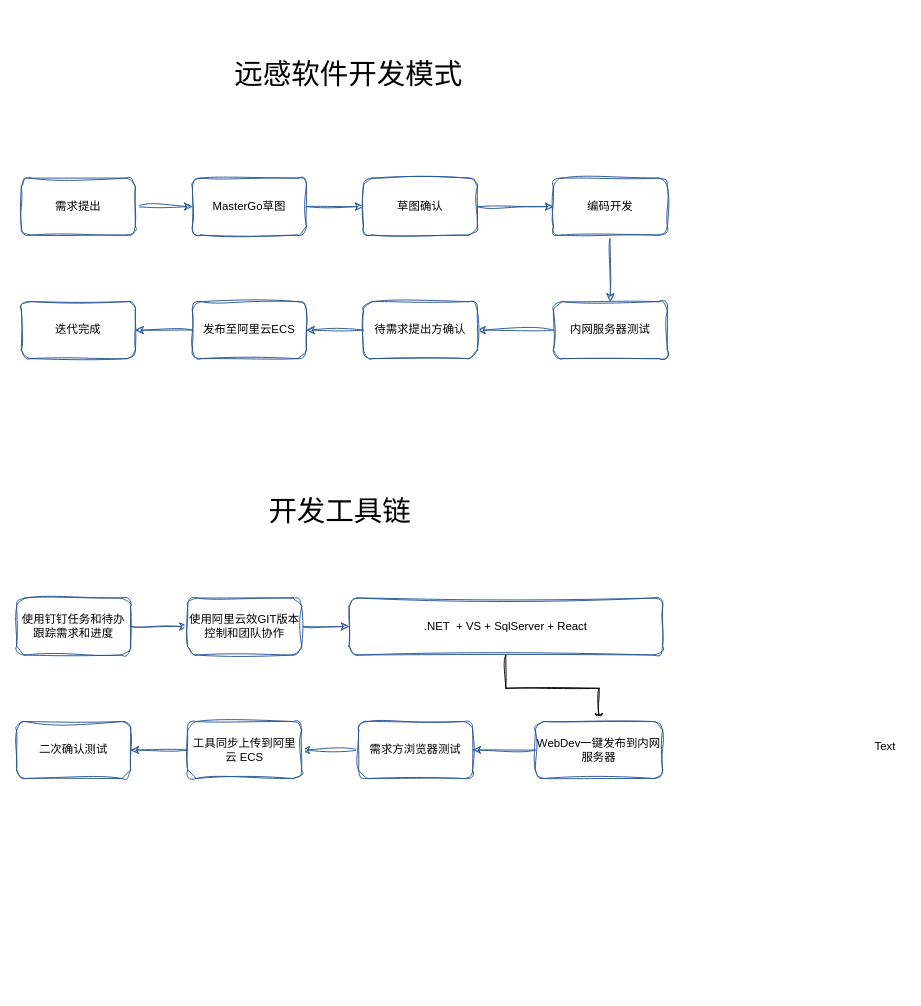
This is page "第 1 页" (1 of 3) of 未命名绘图.drawio from bit365/diagrams, a draw.io file, before an edit. Source tidied: cells renumbered, new cells numbered last; positions are measured from the earlier drawing's top-left corner, leaving out a move shared by most shapes. Both pictures are drawn from the tidied source at 95%, with x=0, y=0 at pixel (16, 50).
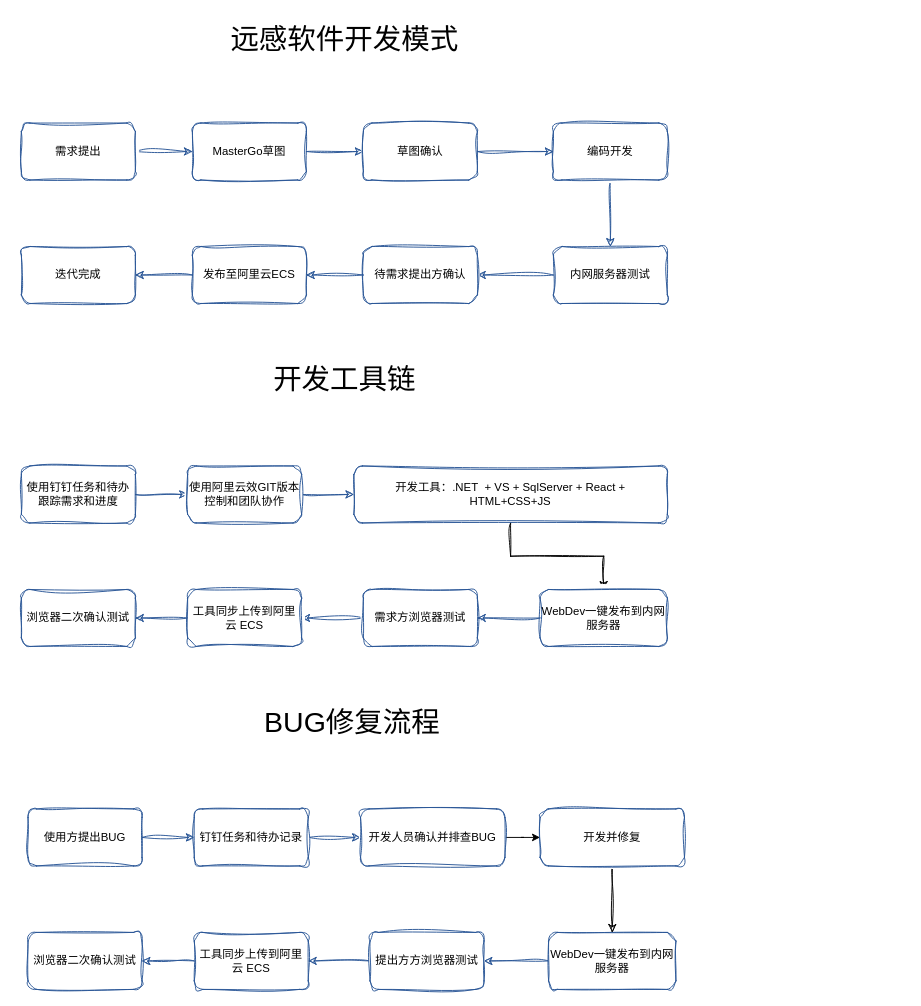
The same diagram, later.

Commit message (it also covers changes not shown here):
更新未命名绘图.drawio

The edit, as a diff of the source:
```diff
@@
     <mxCell id="3" value="需求提出" style="rounded=1;whiteSpace=wrap;html=1;sketch=1;curveFitting=1;jiggle=2;strokeColor=#2B5797;" parent="1" vertex="1">
-      <mxGeometry x="5" y="134" width="120" height="60" as="geometry" />
+      <mxGeometry x="5" y="76" width="120" height="60" as="geometry" />
     </mxCell>
@@
     <mxCell id="5" value="MasterGo草图" style="whiteSpace=wrap;html=1;rounded=1;sketch=1;curveFitting=1;jiggle=2;strokeColor=#2B5797;" parent="1" vertex="1">
-      <mxGeometry x="185" y="134" width="120" height="60" as="geometry" />
+      <mxGeometry x="185" y="76" width="120" height="60" as="geometry" />
     </mxCell>
@@
     <mxCell id="7" value="草图确认" style="whiteSpace=wrap;html=1;rounded=1;sketch=1;curveFitting=1;jiggle=2;strokeColor=#2B5797;" parent="1" vertex="1">
-      <mxGeometry x="365" y="134" width="120" height="60" as="geometry" />
+      <mxGeometry x="365" y="76" width="120" height="60" as="geometry" />
     </mxCell>
@@
     <mxCell id="9" value="编码开发" style="whiteSpace=wrap;html=1;rounded=1;sketch=1;curveFitting=1;jiggle=2;strokeColor=#2B5797;" parent="1" vertex="1">
-      <mxGeometry x="565" y="134" width="120" height="60" as="geometry" />
+      <mxGeometry x="565" y="76" width="120" height="60" as="geometry" />
     </mxCell>
@@
     <mxCell id="11" value="内网服务器测试" style="whiteSpace=wrap;html=1;rounded=1;sketch=1;curveFitting=1;jiggle=2;strokeColor=#2B5797;" parent="1" vertex="1">
-      <mxGeometry x="565" y="264" width="120" height="60" as="geometry" />
+      <mxGeometry x="565" y="206" width="120" height="60" as="geometry" />
     </mxCell>
@@
     <mxCell id="13" value="待需求提出方确认" style="whiteSpace=wrap;html=1;rounded=1;sketch=1;curveFitting=1;jiggle=2;strokeColor=#2B5797;" parent="1" vertex="1">
-      <mxGeometry x="365" y="264" width="120" height="60" as="geometry" />
+      <mxGeometry x="365" y="206" width="120" height="60" as="geometry" />
     </mxCell>
@@
     <mxCell id="15" value="发布至阿里云ECS" style="whiteSpace=wrap;html=1;rounded=1;sketch=1;curveFitting=1;jiggle=2;strokeColor=#2B5797;" parent="1" vertex="1">
-      <mxGeometry x="185" y="264" width="120" height="60" as="geometry" />
+      <mxGeometry x="185" y="206" width="120" height="60" as="geometry" />
     </mxCell>
     <mxCell id="16" value="迭代完成" style="whiteSpace=wrap;html=1;rounded=1;sketch=1;curveFitting=1;jiggle=2;strokeColor=#2B5797;" parent="1" vertex="1">
-      <mxGeometry x="5" y="264" width="120" height="60" as="geometry" />
+      <mxGeometry x="5" y="206" width="120" height="60" as="geometry" />
     </mxCell>
     <mxCell id="17" value="&lt;font style=&quot;font-size: 30px;&quot;&gt;远感软件开发模式&lt;/font&gt;" style="text;html=1;align=center;verticalAlign=middle;strokeColor=none;fillColor=none;" parent="1" vertex="1">
-      <mxGeometry x="220" width="258" height="48" as="geometry" />
+      <mxGeometry x="216" y="-36" width="258" height="48" as="geometry" />
     </mxCell>
     <mxCell id="18" value="&lt;span style=&quot;font-size: 30px;&quot;&gt;开发工具链&lt;/span&gt;" style="text;html=1;align=center;verticalAlign=middle;strokeColor=none;fillColor=none;" parent="1" vertex="1">
-      <mxGeometry x="256" y="460" width="168" height="48" as="geometry" />
+      <mxGeometry x="261" y="321" width="168" height="48" as="geometry" />
     </mxCell>
@@
     <mxCell id="20" value="使用钉钉任务和待办跟踪需求和进度" style="rounded=1;whiteSpace=wrap;html=1;sketch=1;curveFitting=1;jiggle=2;strokeColor=#2B5797;" parent="1" vertex="1">
-      <mxGeometry y="576" width="120" height="60" as="geometry" />
+      <mxGeometry x="5" y="437" width="120" height="60" as="geometry" />
     </mxCell>
@@
     <mxCell id="22" value="使用阿里云效GIT版本控制和团队协作" style="whiteSpace=wrap;html=1;rounded=1;sketch=1;curveFitting=1;jiggle=2;strokeColor=#2B5797;" parent="1" vertex="1">
-      <mxGeometry x="180" y="576" width="120" height="60" as="geometry" />
+      <mxGeometry x="180" y="437" width="120" height="60" as="geometry" />
     </mxCell>
@@
-    <mxCell id="24" value=".NET&amp;nbsp; + VS + SqlServer + React" style="whiteSpace=wrap;html=1;rounded=1;sketch=1;curveFitting=1;jiggle=2;strokeColor=#2B5797;" parent="1" vertex="1">
-      <mxGeometry x="350" y="576" width="330" height="60" as="geometry" />
+    <mxCell id="24" value="开发工具：.NET&amp;nbsp; + VS + SqlServer + React + HTML+CSS+JS" style="whiteSpace=wrap;html=1;rounded=1;sketch=1;curveFitting=1;jiggle=2;strokeColor=#2B5797;" parent="1" vertex="1">
+      <mxGeometry x="355" y="437" width="330" height="60" as="geometry" />
     </mxCell>
@@
     <mxCell id="26" value="WebDev一键发布到内网服务器" style="whiteSpace=wrap;html=1;rounded=1;sketch=1;curveFitting=1;jiggle=2;strokeColor=#2B5797;" parent="1" vertex="1">
-      <mxGeometry x="546" y="706" width="134" height="60" as="geometry" />
+      <mxGeometry x="551" y="567" width="134" height="60" as="geometry" />
     </mxCell>
@@
     <mxCell id="28" value="需求方浏览器测试" style="whiteSpace=wrap;html=1;rounded=1;sketch=1;curveFitting=1;jiggle=2;strokeColor=#2B5797;" parent="1" vertex="1">
-      <mxGeometry x="360" y="706" width="120" height="60" as="geometry" />
+      <mxGeometry x="365" y="567" width="120" height="60" as="geometry" />
     </mxCell>
@@
     <mxCell id="30" value="工具同步上传到阿里云 ECS" style="whiteSpace=wrap;html=1;rounded=1;sketch=1;curveFitting=1;jiggle=2;strokeColor=#2B5797;" parent="1" vertex="1">
-      <mxGeometry x="180" y="706" width="120" height="60" as="geometry" />
+      <mxGeometry x="180" y="567" width="120" height="60" as="geometry" />
     </mxCell>
-    <mxCell id="31" value="二次确认测试" style="whiteSpace=wrap;html=1;rounded=1;sketch=1;curveFitting=1;jiggle=2;strokeColor=#2B5797;" parent="1" vertex="1">
-      <mxGeometry y="706" width="120" height="60" as="geometry" />
+    <mxCell id="31" value="浏览器二次确认测试" style="whiteSpace=wrap;html=1;rounded=1;sketch=1;curveFitting=1;jiggle=2;strokeColor=#2B5797;" parent="1" vertex="1">
+      <mxGeometry x="5" y="567" width="120" height="60" as="geometry" />
     </mxCell>
-    <mxCell id="32" value="Text" style="text;html=1;align=center;verticalAlign=middle;strokeColor=none;fillColor=none;" parent="1" vertex="1">
-      <mxGeometry x="894" y="719" width="40" height="26" as="geometry" />
-    </mxCell>
+    <mxCell id="33" value="&lt;span style=&quot;font-size: 30px;&quot;&gt;BUG修复流程&lt;/span&gt;" style="text;html=1;align=center;verticalAlign=middle;strokeColor=none;fillColor=none;" parent="1" vertex="1">
+      <mxGeometry x="251" y="682" width="203" height="48" as="geometry" />
+    </mxCell>
+    <mxCell id="34" style="edgeStyle=orthogonalEdgeStyle;rounded=0;jettySize=auto;html=1;sketch=1;curveFitting=1;jiggle=2;strokeColor=#2B5797;" parent="1" edge="1" source="35" target="37">
+      <mxGeometry relative="1" as="geometry" />
+    </mxCell>
+    <mxCell id="35" value="使用方提出BUG" style="rounded=1;whiteSpace=wrap;html=1;sketch=1;curveFitting=1;jiggle=2;strokeColor=#2B5797;" parent="1" vertex="1">
+      <mxGeometry x="12" y="798" width="120" height="60" as="geometry" />
+    </mxCell>
+    <mxCell id="36" style="edgeStyle=orthogonalEdgeStyle;rounded=0;jettySize=auto;html=1;sketch=1;curveFitting=1;jiggle=2;strokeColor=#2B5797;" parent="1" edge="1" source="37" target="39">
+      <mxGeometry relative="1" as="geometry" />
+    </mxCell>
+    <mxCell id="37" value="钉钉任务和待办记录" style="whiteSpace=wrap;html=1;rounded=1;sketch=1;curveFitting=1;jiggle=2;strokeColor=#2B5797;" parent="1" vertex="1">
+      <mxGeometry x="187" y="798" width="120" height="60" as="geometry" />
+    </mxCell>
+    <mxCell id="38" style="edgeStyle=orthogonalEdgeStyle;rounded=0;jettySize=auto;html=1;" parent="1" edge="1" source="39" target="48">
+      <mxGeometry relative="1" as="geometry" />
+    </mxCell>
+    <mxCell id="39" value="开发人员确认并排查BUG" style="whiteSpace=wrap;html=1;rounded=1;sketch=1;curveFitting=1;jiggle=2;strokeColor=#2B5797;" parent="1" vertex="1">
+      <mxGeometry x="362" y="798" width="152" height="60" as="geometry" />
+    </mxCell>
+    <mxCell id="40" style="edgeStyle=orthogonalEdgeStyle;rounded=0;jettySize=auto;html=1;sketch=1;curveFitting=1;jiggle=2;strokeColor=#2B5797;" parent="1" edge="1" source="41" target="43">
+      <mxGeometry relative="1" as="geometry" />
+    </mxCell>
+    <mxCell id="41" value="WebDev一键发布到内网服务器" style="whiteSpace=wrap;html=1;rounded=1;sketch=1;curveFitting=1;jiggle=2;strokeColor=#2B5797;" parent="1" vertex="1">
+      <mxGeometry x="560" y="928" width="134" height="60" as="geometry" />
+    </mxCell>
+    <mxCell id="42" style="edgeStyle=orthogonalEdgeStyle;rounded=0;jettySize=auto;html=1;sketch=1;curveFitting=1;jiggle=2;strokeColor=#2B5797;" parent="1" edge="1" source="43" target="45">
+      <mxGeometry relative="1" as="geometry" />
+    </mxCell>
+    <mxCell id="43" value="提出方方浏览器测试" style="whiteSpace=wrap;html=1;rounded=1;sketch=1;curveFitting=1;jiggle=2;strokeColor=#2B5797;" parent="1" vertex="1">
+      <mxGeometry x="372" y="928" width="120" height="60" as="geometry" />
+    </mxCell>
+    <mxCell id="44" style="edgeStyle=orthogonalEdgeStyle;rounded=0;jettySize=auto;html=1;sketch=1;curveFitting=1;jiggle=2;strokeColor=#2B5797;" parent="1" edge="1" source="45" target="46">
+      <mxGeometry relative="1" as="geometry" />
+    </mxCell>
+    <mxCell id="45" value="工具同步上传到阿里云 ECS" style="whiteSpace=wrap;html=1;rounded=1;sketch=1;curveFitting=1;jiggle=2;strokeColor=#2B5797;" parent="1" vertex="1">
+      <mxGeometry x="187" y="928" width="120" height="60" as="geometry" />
+    </mxCell>
+    <mxCell id="46" value="浏览器二次确认测试" style="whiteSpace=wrap;html=1;rounded=1;sketch=1;curveFitting=1;jiggle=2;strokeColor=#2B5797;" parent="1" vertex="1">
+      <mxGeometry x="12" y="928" width="120" height="60" as="geometry" />
+    </mxCell>
+    <mxCell id="47" style="edgeStyle=orthogonalEdgeStyle;rounded=0;jettySize=auto;html=1;entryX=0.5;entryY=0;entryDx=0;entryDy=0;sketch=1;curveFitting=1;jiggle=2;" parent="1" edge="1" source="48" target="41">
+      <mxGeometry relative="1" as="geometry" />
+    </mxCell>
+    <mxCell id="48" value="开发并修复" style="whiteSpace=wrap;html=1;rounded=1;sketch=1;curveFitting=1;jiggle=2;strokeColor=#2B5797;" parent="1" vertex="1">
+      <mxGeometry x="551" y="798" width="152" height="60" as="geometry" />
+    </mxCell>
```
